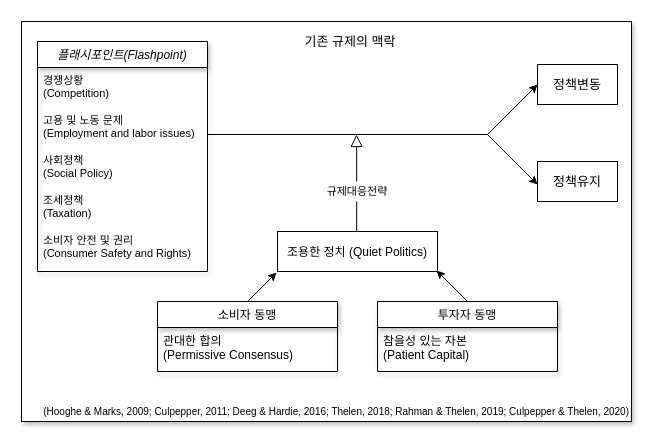
kjsang/analysis.coupang keeps this draw.io diagram as Diagram_Class.drawio. Above is the earlier version. Source tidied: cells renumbered, new cells numbered last; positions are measured from the earlier drawing's top-left corner, leaving out a move shared by most shapes. Both pictures are drawn from the tidied source at 100%, with x=0, y=0 at pixel (21, 21).
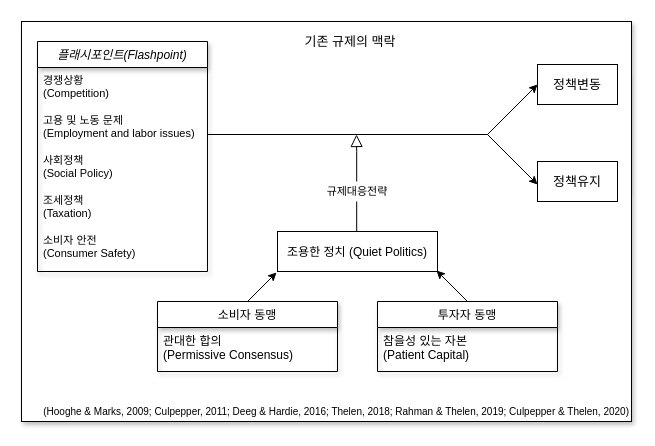
The same page after the edit.

The change refers to these unchanged cells:
```xml
<mxCell id="4" value="플래시포인트(Flashpoint)" style="swimlane;fontStyle=2;align=center;verticalAlign=top;horizontal=1;startSize=26;rounded=0;shadow=1;strokeWidth=1;" parent="1" vertex="1">
  <mxGeometry x="16" y="20" width="170" height="230" as="geometry" />
</mxCell>
```

Change to the diagram source:
```diff
@@
-    <mxCell id="9" value="소비자 안전 및 권리&#10;(Consumer Safety and Rights)&#10;  " style="text;align=left;verticalAlign=top;spacingLeft=4;spacingRight=4;overflow=hidden;rounded=0;shadow=0;html=0;fontSize=11;" parent="4" vertex="1">
+    <mxCell id="9" value="소비자 안전&#10;(Consumer Safety)&#10;  " style="text;align=left;verticalAlign=top;spacingLeft=4;spacingRight=4;overflow=hidden;rounded=0;shadow=0;html=0;fontSize=11;" parent="4" vertex="1">
       <mxGeometry y="186" width="170" height="40" as="geometry" />
     </mxCell>
```
